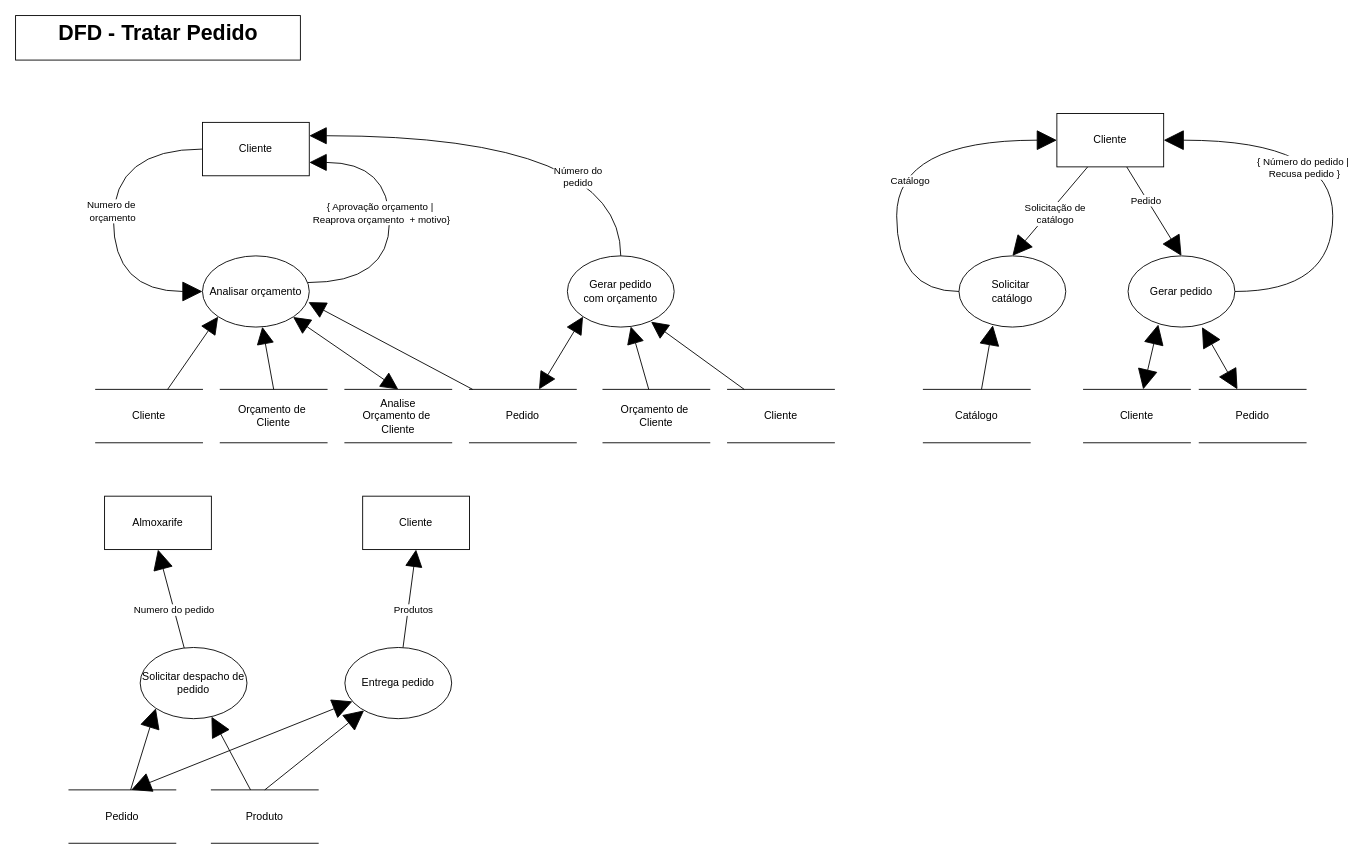
The draw.io diagram Documentation/DFD Essencial para cada Capacidade/DFD Tratar Pedido.drawio in Systematicos/FindingApp, before the edit. Source tidied: cells renumbered, new cells numbered last; positions are measured from the earlier drawing's top-left corner, leaving out a move shared by most shapes. Both pictures are drawn from the tidied source at 89%, with x=0, y=0 at pixel (15, 15).
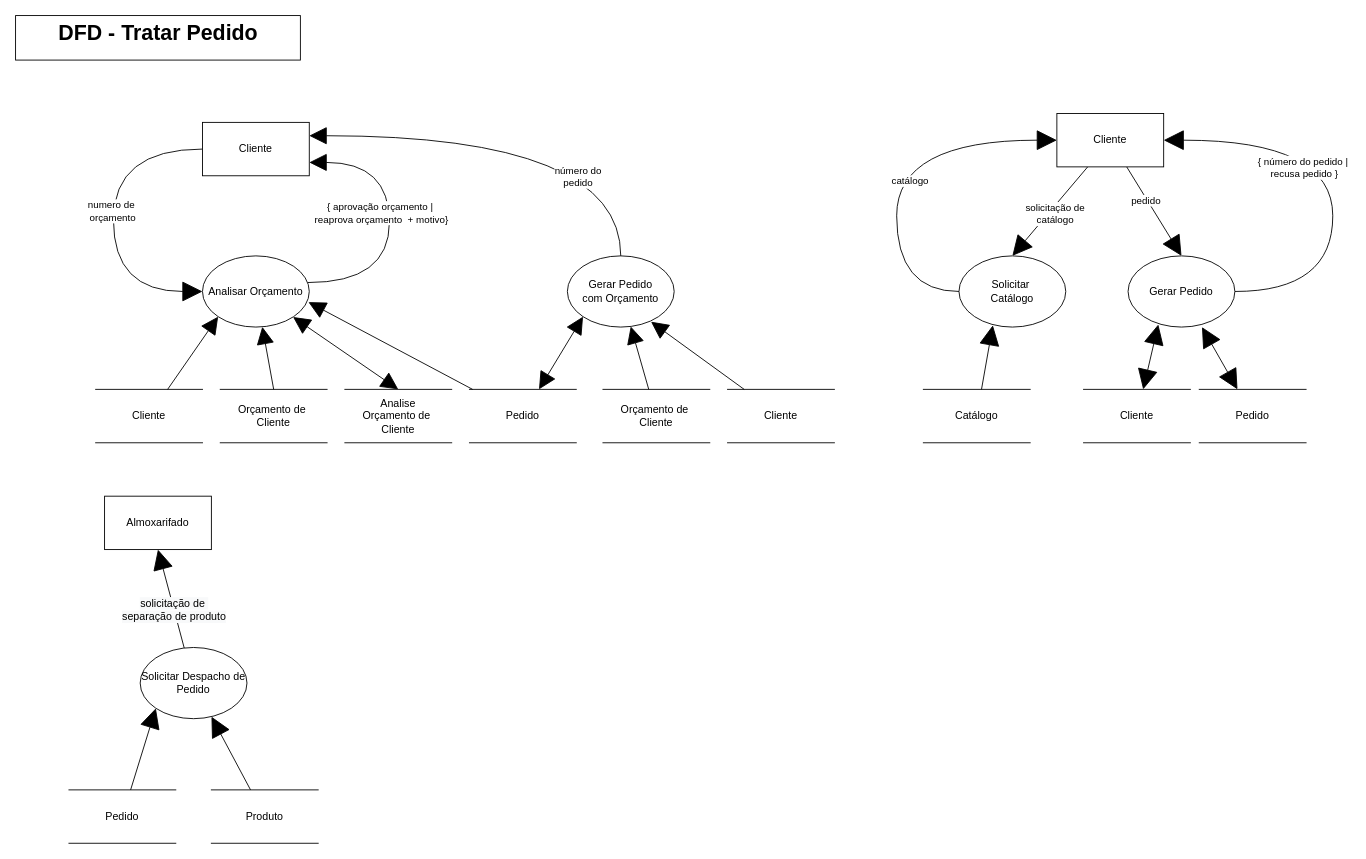
After the change.

Unchanged cells that the change refers to:
```xml
<mxCell id="2" style="edgeStyle=orthogonalEdgeStyle;rounded=0;jettySize=auto;html=1;endSize=20;endArrow=block;endFill=1;startSize=20;entryX=0;entryY=0.5;entryDx=0;entryDy=0;curved=1;exitX=0;exitY=0.5;exitDx=0;exitDy=0;" parent="1" edge="1" source="4" target="12">
  <mxGeometry relative="1" as="geometry">
    <Array as="points">
      <mxPoint x="110" y="150" />
      <mxPoint x="110" y="310" />
    </Array>
  </mxGeometry>
</mxCell>
<mxCell id="9" style="edgeStyle=orthogonalEdgeStyle;rounded=0;jettySize=auto;html=1;entryX=1;entryY=0.75;entryDx=0;entryDy=0;startArrow=none;startFill=0;startSize=17;endArrow=block;endFill=1;endSize=17;curved=1;" parent="1" edge="1" source="12" target="4">
  <mxGeometry relative="1" as="geometry">
    <Array as="points">
      <mxPoint x="420" y="300" />
      <mxPoint x="420" y="165" />
    </Array>
  </mxGeometry>
</mxCell>
<mxCell id="14" style="edgeStyle=orthogonalEdgeStyle;rounded=0;jettySize=auto;html=1;entryX=1;entryY=0.25;entryDx=0;entryDy=0;startArrow=none;startFill=0;startSize=17;endArrow=block;endFill=1;endSize=17;curved=1;" parent="1" edge="1" source="16" target="4">
  <mxGeometry relative="1" as="geometry">
    <Array as="points">
      <mxPoint x="680" y="135" />
    </Array>
  </mxGeometry>
</mxCell>
<mxCell id="32" style="edgeStyle=orthogonalEdgeStyle;rounded=0;jettySize=auto;html=1;entryX=0;entryY=0.5;entryDx=0;entryDy=0;startSize=20;endArrow=block;endFill=1;endSize=20;curved=1;" parent="1" edge="1" source="34" target="42">
  <mxGeometry relative="1" as="geometry">
    <Array as="points">
      <mxPoint x="990" y="310" />
      <mxPoint x="990" y="140" />
    </Array>
  </mxGeometry>
</mxCell>
<mxCell id="35" style="edgeStyle=orthogonalEdgeStyle;rounded=0;jettySize=auto;html=1;entryX=1;entryY=0.5;entryDx=0;entryDy=0;startSize=20;endArrow=block;endFill=1;endSize=20;curved=1;" parent="1" edge="1" source="37" target="42">
  <mxGeometry relative="1" as="geometry">
    <Array as="points">
      <mxPoint x="1480" y="310" />
      <mxPoint x="1480" y="140" />
    </Array>
  </mxGeometry>
</mxCell>
<mxCell id="38" style="rounded=0;jettySize=auto;html=1;endArrow=block;endFill=1;endSize=20;startSize=20;entryX=0.5;entryY=0;entryDx=0;entryDy=0;" parent="1" edge="1" source="42" target="34">
  <mxGeometry relative="1" as="geometry" />
</mxCell>
<mxCell id="40" style="edgeStyle=none;rounded=0;jettySize=auto;html=1;entryX=0.5;entryY=0;entryDx=0;entryDy=0;startSize=20;endArrow=block;endFill=1;endSize=20;" parent="1" edge="1" source="42" target="37">
  <mxGeometry relative="1" as="geometry" />
</mxCell>
<mxCell id="50" style="edgeStyle=none;rounded=0;jettySize=auto;html=1;entryX=0.5;entryY=1;entryDx=0;entryDy=0;startArrow=none;startFill=0;startSize=20;endArrow=block;endFill=1;endSize=20;" parent="1" edge="1" source="52" target="49">
  <mxGeometry relative="1" as="geometry" />
</mxCell>
<mxCell id="54" value="Pedido" style="shape=partialRectangle;whiteSpace=wrap;html=1;left=0;right=0;fillColor=none;" parent="1" vertex="1">
  <mxGeometry x="60" y="870" width="120" height="60" as="geometry" />
</mxCell>
<mxCell id="56" value="Produto" style="shape=partialRectangle;whiteSpace=wrap;html=1;left=0;right=0;fillColor=none;" parent="1" vertex="1">
  <mxGeometry x="220" y="870" width="120" height="60" as="geometry" />
</mxCell>
```

The edit, as a diff of the source:
```diff
@@
-    <mxCell id="3" value="Numero de&amp;nbsp;&lt;br&gt;orçamento" style="edgeLabel;html=1;align=center;verticalAlign=middle;" parent="2" vertex="1">
+    <mxCell id="3" value="numero de&amp;nbsp;&lt;br&gt;orçamento" style="edgeLabel;html=1;align=center;verticalAlign=middle;" parent="2" vertex="1">
       <mxGeometry x="-0.27" y="-2" relative="1" as="geometry">
         <mxPoint y="38" as="offset" />
       </mxGeometry>
     </mxCell>
@@
-    <mxCell id="10" value="{ Aprovação orçamento |&amp;nbsp;&lt;br&gt;&amp;nbsp;Reaprova orçamento&amp;nbsp; + motivo}&amp;nbsp;" style="edgeLabel;html=1;align=center;verticalAlign=middle;" parent="9" vertex="1">
+    <mxCell id="10" value="{ aprovação orçamento |&amp;nbsp;&lt;br&gt;&amp;nbsp;reaprova orçamento&amp;nbsp; + motivo}&amp;nbsp;" style="edgeLabel;html=1;align=center;verticalAlign=middle;" parent="9" vertex="1">
       <mxGeometry x="-0.4" y="27" relative="1" as="geometry">
         <mxPoint x="17" y="-75.9" as="offset" />
       </mxGeometry>
     </mxCell>
@@
-    <mxCell id="12" value="Analisar orçamento" style="ellipse;whiteSpace=wrap;html=1;" parent="1" vertex="1">
+    <mxCell id="12" value="Analisar Orçamento" style="ellipse;whiteSpace=wrap;html=1;" parent="1" vertex="1">
       <mxGeometry x="210" y="270" width="120" height="80" as="geometry" />
     </mxCell>
@@
-    <mxCell id="15" value="Número do&lt;br&gt;pedido" style="edgeLabel;html=1;align=center;verticalAlign=middle;" parent="14" vertex="1">
+    <mxCell id="15" value="número do&lt;br&gt;pedido" style="edgeLabel;html=1;align=center;verticalAlign=middle;" parent="14" vertex="1">
       <mxGeometry x="-0.17" y="41" relative="1" as="geometry">
         <mxPoint x="17" y="4" as="offset" />
       </mxGeometry>
     </mxCell>
-    <mxCell id="16" value="Gerar pedido&lt;br&gt;com orçamento" style="ellipse;whiteSpace=wrap;html=1;" parent="1" vertex="1">
+    <mxCell id="16" value="Gerar Pedido&lt;br&gt;com Orçamento" style="ellipse;whiteSpace=wrap;html=1;" parent="1" vertex="1">
       <mxGeometry x="620" y="270" width="120" height="80" as="geometry" />
     </mxCell>
@@
-    <mxCell id="26" style="edgeStyle=none;rounded=0;jettySize=auto;html=1;entryX=0.5;entryY=1;entryDx=0;entryDy=0;startArrow=none;startFill=0;startSize=17;endArrow=block;endFill=1;endSize=17;strokeColor=#000000;" parent="1" edge="1" source="30" target="31">
-      <mxGeometry relative="1" as="geometry" />
-    </mxCell>
-    <mxCell id="27" value="Produtos" style="edgeLabel;html=1;align=center;verticalAlign=middle;" parent="26" vertex="1">
-      <mxGeometry x="-0.2" y="-5" relative="1" as="geometry" />
-    </mxCell>
-    <mxCell id="28" style="edgeStyle=none;rounded=0;jettySize=auto;html=1;entryX=0.583;entryY=0;entryDx=0;entryDy=0;entryPerimeter=0;startArrow=block;startFill=1;startSize=20;endArrow=block;endFill=1;endSize=20;" parent="1" edge="1" source="30" target="54">
-      <mxGeometry relative="1" as="geometry" />
-    </mxCell>
-    <mxCell id="29" style="edgeStyle=none;rounded=0;jettySize=auto;html=1;entryX=0.5;entryY=0;entryDx=0;entryDy=0;startArrow=block;startFill=1;startSize=20;endArrow=none;endFill=0;endSize=20;" parent="1" edge="1" source="30" target="56">
-      <mxGeometry relative="1" as="geometry" />
-    </mxCell>
-    <mxCell id="30" value="Entrega pedido" style="ellipse;whiteSpace=wrap;html=1;" parent="1" vertex="1">
-      <mxGeometry x="370" y="710" width="120" height="80" as="geometry" />
-    </mxCell>
-    <mxCell id="31" value="Cliente" style="rounded=0;whiteSpace=wrap;html=1;" parent="1" vertex="1">
-      <mxGeometry x="390" y="540" width="120" height="60" as="geometry" />
-    </mxCell>
@@
-    <mxCell id="33" value="Catálogo" style="edgeLabel;html=1;align=center;verticalAlign=middle;" parent="32" vertex="1">
+    <mxCell id="33" value="catálogo" style="edgeLabel;html=1;align=center;verticalAlign=middle;" parent="32" vertex="1">
       <mxGeometry x="-0.07" y="-14" relative="1" as="geometry" />
     </mxCell>
-    <mxCell id="34" value="Solicitar&amp;nbsp;&lt;br&gt;catálogo" style="ellipse;whiteSpace=wrap;html=1;" parent="1" vertex="1">
+    <mxCell id="34" value="Solicitar&amp;nbsp;&lt;br&gt;Catálogo" style="ellipse;whiteSpace=wrap;html=1;" parent="1" vertex="1">
       <mxGeometry x="1060" y="270" width="120" height="80" as="geometry" />
     </mxCell>
@@
-    <mxCell id="36" value="{ Número do pedido |&amp;nbsp;&lt;br&gt;Recusa pedido }" style="edgeLabel;html=1;align=center;verticalAlign=middle;" parent="35" vertex="1">
+    <mxCell id="36" value="{ número do pedido |&amp;nbsp;&lt;br&gt;recusa pedido }" style="edgeLabel;html=1;align=center;verticalAlign=middle;" parent="35" vertex="1">
       <mxGeometry x="0.33" y="30" relative="1" as="geometry" />
     </mxCell>
-    <mxCell id="37" value="Gerar pedido" style="ellipse;whiteSpace=wrap;html=1;" parent="1" vertex="1">
+    <mxCell id="37" value="Gerar Pedido" style="ellipse;whiteSpace=wrap;html=1;" parent="1" vertex="1">
       <mxGeometry x="1250" y="270" width="120" height="80" as="geometry" />
     </mxCell>
@@
-    <mxCell id="39" value="Solicitação de&lt;br&gt;catálogo" style="edgeLabel;html=1;align=center;verticalAlign=middle;" parent="38" vertex="1">
+    <mxCell id="39" value="solicitação de&lt;br&gt;catálogo" style="edgeLabel;html=1;align=center;verticalAlign=middle;" parent="38" vertex="1">
       <mxGeometry x="-0.03" y="6" relative="1" as="geometry" />
     </mxCell>
@@
-    <mxCell id="41" value="Pedido" style="edgeLabel;html=1;align=center;verticalAlign=middle;" parent="40" vertex="1">
+    <mxCell id="41" value="pedido" style="edgeLabel;html=1;align=center;verticalAlign=middle;" parent="40" vertex="1">
       <mxGeometry x="-0.27" y="-2" relative="1" as="geometry" />
     </mxCell>
@@
-    <mxCell id="49" value="Almoxarife" style="rounded=0;whiteSpace=wrap;html=1;" parent="1" vertex="1">
+    <mxCell id="49" value="Almoxarifado" style="rounded=0;whiteSpace=wrap;html=1;" parent="1" vertex="1">
       <mxGeometry x="100" y="540" width="120" height="60" as="geometry" />
     </mxCell>
@@
-    <mxCell id="51" value="Numero do pedido" style="edgeLabel;html=1;align=center;verticalAlign=middle;" parent="50" vertex="1">
+    <mxCell id="51" value="&lt;span style=&quot;font-size: 12px ; background-color: rgb(248 , 249 , 250)&quot;&gt;solicitação de&amp;nbsp;&lt;/span&gt;&lt;br style=&quot;font-size: 12px ; background-color: rgb(248 , 249 , 250)&quot;&gt;&lt;span style=&quot;font-size: 12px ; background-color: rgb(248 , 249 , 250)&quot;&gt;separação de produto&lt;/span&gt;" style="edgeLabel;html=1;align=center;verticalAlign=middle;" parent="50" vertex="1">
       <mxGeometry x="-0.21" relative="1" as="geometry" />
     </mxCell>
-    <mxCell id="52" value="Solicitar despacho de pedido" style="ellipse;whiteSpace=wrap;html=1;" parent="1" vertex="1">
+    <mxCell id="52" value="Solicitar Despacho de Pedido" style="ellipse;whiteSpace=wrap;html=1;" parent="1" vertex="1">
       <mxGeometry x="140" y="710" width="120" height="80" as="geometry" />
     </mxCell>
```
